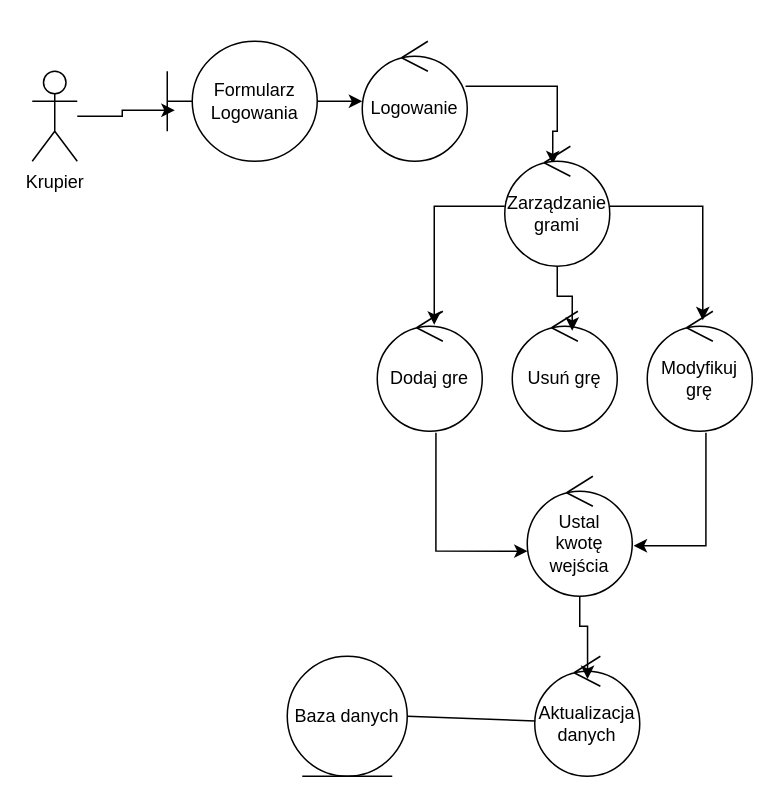
This is cw4/Ustalenie_ceny_gier_losowych.drawio from TISharker/PSI_Projekt, a draw.io file, before an edit. Source tidied: cells renumbered, new cells numbered last; positions are measured from the earlier drawing's top-left corner, leaving out a move shared by most shapes. Both pictures are drawn from the tidied source at 150%, with x=0, y=0 at pixel (32, 40).
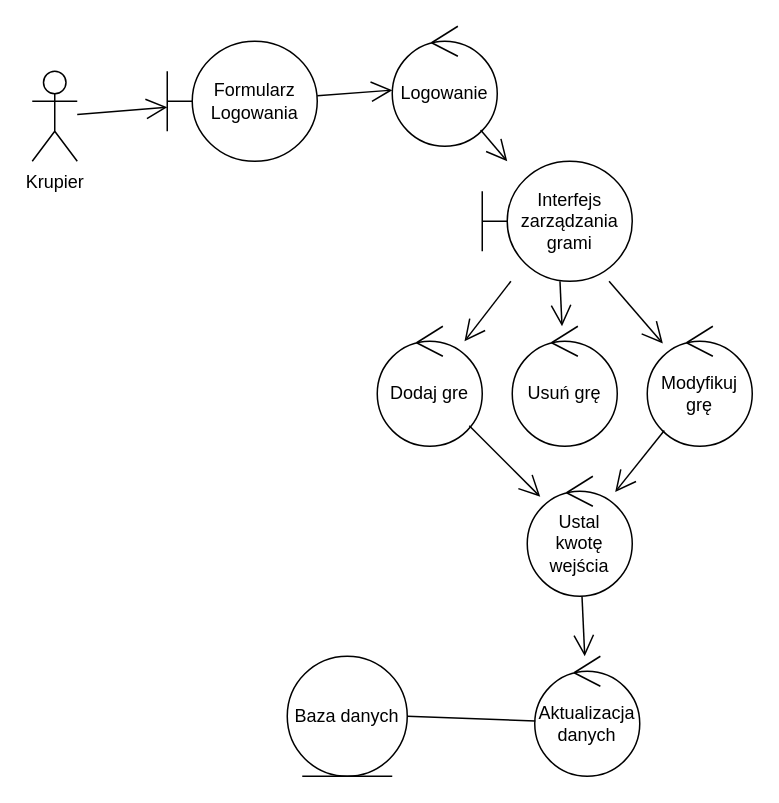
The same page after the edit.

The change refers to these unchanged cells:
```xml
<mxCell id="2" value="Krupier" style="shape=umlActor;verticalLabelPosition=bottom;verticalAlign=top;html=1;outlineConnect=0;" parent="1" vertex="1">
  <mxGeometry y="20" width="30" height="60" as="geometry" />
</mxCell>
<mxCell id="4" value="Formularz&lt;div&gt;Logowania&lt;/div&gt;" style="shape=umlBoundary;whiteSpace=wrap;html=1;" parent="1" vertex="1">
  <mxGeometry x="90" width="100" height="80" as="geometry" />
</mxCell>
<mxCell id="15" value="Ustal&lt;div&gt;kwotę wejścia&lt;/div&gt;" style="ellipse;shape=umlControl;whiteSpace=wrap;html=1;" parent="1" vertex="1">
  <mxGeometry x="330" y="290" width="70" height="80" as="geometry" />
</mxCell>
```

Diff of the diagram source:
```diff
@@
-    <mxCell id="3" style="edgeStyle=orthogonalEdgeStyle;rounded=0;jettySize=auto;html=1;" parent="1" edge="1" source="4" target="6">
-      <mxGeometry relative="1" as="geometry" />
-    </mxCell>
@@
-    <mxCell id="5" style="edgeStyle=orthogonalEdgeStyle;rounded=0;jettySize=auto;html=1;entryX=0.457;entryY=0.15;entryDx=0;entryDy=0;entryPerimeter=0;" parent="1" edge="1" source="6" target="8">
-      <mxGeometry relative="1" as="geometry">
-        <Array as="points">
-          <mxPoint x="350" y="30" />
-          <mxPoint x="350" y="60" />
-          <mxPoint x="347" y="60" />
-        </Array>
-      </mxGeometry>
-    </mxCell>
     <mxCell id="6" value="Logowanie" style="ellipse;shape=umlControl;whiteSpace=wrap;html=1;direction=east;" parent="1" vertex="1">
-      <mxGeometry x="220" width="70" height="80" as="geometry" />
+      <mxGeometry x="240" y="-10" width="70" height="80" as="geometry" />
     </mxCell>
-    <mxCell id="7" style="edgeStyle=orthogonalEdgeStyle;rounded=0;jettySize=auto;html=1;entryX=0.05;entryY=0.575;entryDx=0;entryDy=0;entryPerimeter=0;" parent="1" edge="1" source="2" target="4">
-      <mxGeometry relative="1" as="geometry" />
-    </mxCell>
-    <mxCell id="8" value="Zarządzanie grami" style="ellipse;shape=umlControl;whiteSpace=wrap;html=1;" parent="1" vertex="1">
-      <mxGeometry x="315" y="70" width="70" height="80" as="geometry" />
-    </mxCell>
     <mxCell id="9" value="Dodaj gre" style="ellipse;shape=umlControl;whiteSpace=wrap;html=1;" parent="1" vertex="1">
-      <mxGeometry x="230" y="180" width="70" height="80" as="geometry" />
+      <mxGeometry x="230" y="190" width="70" height="80" as="geometry" />
     </mxCell>
     <mxCell id="10" value="Modyfikuj grę" style="ellipse;shape=umlControl;whiteSpace=wrap;html=1;" parent="1" vertex="1">
-      <mxGeometry x="410" y="180" width="70" height="80" as="geometry" />
+      <mxGeometry x="410" y="190" width="70" height="80" as="geometry" />
     </mxCell>
     <mxCell id="11" value="Usuń grę" style="ellipse;shape=umlControl;whiteSpace=wrap;html=1;" parent="1" vertex="1">
-      <mxGeometry x="320" y="180" width="70" height="80" as="geometry" />
+      <mxGeometry x="320" y="190" width="70" height="80" as="geometry" />
     </mxCell>
-    <mxCell id="12" style="edgeStyle=orthogonalEdgeStyle;rounded=0;jettySize=auto;html=1;entryX=0.543;entryY=0.113;entryDx=0;entryDy=0;entryPerimeter=0;" parent="1" edge="1" source="8" target="9">
-      <mxGeometry relative="1" as="geometry" />
-    </mxCell>
-    <mxCell id="13" style="edgeStyle=orthogonalEdgeStyle;rounded=0;jettySize=auto;html=1;entryX=0.571;entryY=0.163;entryDx=0;entryDy=0;entryPerimeter=0;" parent="1" edge="1" source="8" target="11">
-      <mxGeometry relative="1" as="geometry" />
-    </mxCell>
-    <mxCell id="14" style="edgeStyle=orthogonalEdgeStyle;rounded=0;jettySize=auto;html=1;entryX=0.529;entryY=0.075;entryDx=0;entryDy=0;entryPerimeter=0;" parent="1" edge="1" source="8" target="10">
-      <mxGeometry relative="1" as="geometry" />
-    </mxCell>
@@
+    <mxCell id="18" value="Baza danych" style="ellipse;shape=umlEntity;whiteSpace=wrap;html=1;" parent="1" vertex="1">
+      <mxGeometry x="170" y="410" width="80" height="80" as="geometry" />
+    </mxCell>
+    <mxCell id="19" value="Aktualizacja&lt;div&gt;danych&lt;/div&gt;" style="ellipse;shape=umlControl;whiteSpace=wrap;html=1;" parent="1" vertex="1">
+      <mxGeometry x="335" y="410" width="70" height="80" as="geometry" />
+    </mxCell>
+    <mxCell id="21" style="endArrow=none;html=1;rounded=0;entryX=0.005;entryY=0.54;entryDx=0;entryDy=0;entryPerimeter=0;exitX=1;exitY=0.5;exitDx=0;exitDy=0;" parent="1" edge="1" source="18" target="19">
+      <mxGeometry relative="1" as="geometry" />
+    </mxCell>
+    <mxCell id="22" value="Interfejs zarządzania grami" style="shape=umlBoundary;whiteSpace=wrap;html=1;" parent="1" vertex="1">
+      <mxGeometry x="300" y="80" width="100" height="80" as="geometry" />
+    </mxCell>
+    <mxCell id="7" style="endArrow=open;endFill=1;endSize=12;html=1;rounded=0;" parent="1" edge="1" source="2" target="4">
+      <mxGeometry relative="1" as="geometry" />
+    </mxCell>
+    <mxCell id="3" style="endArrow=open;endFill=1;endSize=12;html=1;rounded=0;" parent="1" edge="1" source="4" target="6">
+      <mxGeometry relative="1" as="geometry" />
+    </mxCell>
+    <mxCell id="23" style="endArrow=open;endFill=1;endSize=12;html=1;rounded=0;" parent="1" edge="1" source="6" target="22">
+      <mxGeometry relative="1" as="geometry" />
+    </mxCell>
+    <mxCell id="24" style="endArrow=open;endFill=1;endSize=12;html=1;rounded=0;" parent="1" edge="1" source="22" target="9">
+      <mxGeometry relative="1" as="geometry" />
+    </mxCell>
+    <mxCell id="25" style="endArrow=open;endFill=1;endSize=12;html=1;rounded=0;" parent="1" edge="1" source="22" target="11">
+      <mxGeometry relative="1" as="geometry" />
+    </mxCell>
+    <mxCell id="26" style="endArrow=open;endFill=1;endSize=12;html=1;rounded=0;" parent="1" edge="1" source="22" target="10">
+      <mxGeometry relative="1" as="geometry" />
+    </mxCell>
-    <mxCell id="16" style="edgeStyle=orthogonalEdgeStyle;rounded=0;jettySize=auto;html=1;entryX=1.013;entryY=0.579;entryDx=0;entryDy=0;entryPerimeter=0;exitX=0.559;exitY=1.013;exitDx=0;exitDy=0;exitPerimeter=0;" parent="1" edge="1" source="10" target="15">
+    <mxCell id="16" style="endArrow=open;endFill=1;endSize=12;html=1;rounded=0;" parent="1" edge="1" source="10" target="15">
       <mxGeometry relative="1" as="geometry" />
     </mxCell>
-    <mxCell id="17" style="edgeStyle=orthogonalEdgeStyle;rounded=0;jettySize=auto;html=1;entryX=0.004;entryY=0.624;entryDx=0;entryDy=0;entryPerimeter=0;exitX=0.559;exitY=1.013;exitDx=0;exitDy=0;exitPerimeter=0;" parent="1" edge="1" source="9" target="15">
+    <mxCell id="17" style="endArrow=open;endFill=1;endSize=12;html=1;rounded=0;" parent="1" edge="1" source="9" target="15">
       <mxGeometry relative="1" as="geometry" />
     </mxCell>
-    <mxCell id="18" value="Baza danych" style="ellipse;shape=umlEntity;whiteSpace=wrap;html=1;" parent="1" vertex="1">
-      <mxGeometry x="170" y="410" width="80" height="80" as="geometry" />
-    </mxCell>
-    <mxCell id="19" value="Aktualizacja&lt;div&gt;danych&lt;/div&gt;" style="ellipse;shape=umlControl;whiteSpace=wrap;html=1;" parent="1" vertex="1">
-      <mxGeometry x="335" y="410" width="70" height="80" as="geometry" />
-    </mxCell>
-    <mxCell id="20" style="edgeStyle=orthogonalEdgeStyle;rounded=0;jettySize=auto;html=1;entryX=0.503;entryY=0.19;entryDx=0;entryDy=0;entryPerimeter=0;" parent="1" edge="1" source="15" target="19">
+    <mxCell id="20" style="endArrow=open;endFill=1;endSize=12;html=1;rounded=0;" parent="1" edge="1" source="15" target="19">
       <mxGeometry relative="1" as="geometry" />
     </mxCell>
-    <mxCell id="21" style="endArrow=none;html=1;rounded=0;entryX=0.005;entryY=0.54;entryDx=0;entryDy=0;entryPerimeter=0;exitX=1;exitY=0.5;exitDx=0;exitDy=0;" parent="1" edge="1" source="18" target="19">
-      <mxGeometry relative="1" as="geometry" />
-    </mxCell>
```
